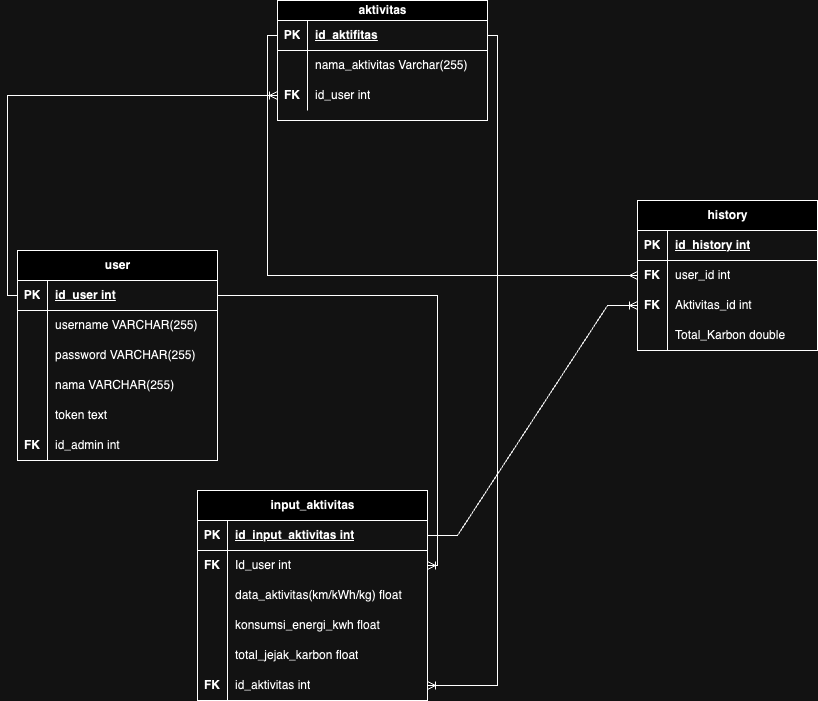
MichaelSitanggang/MiniProjectGo keeps this draw.io diagram as MiniProject.drawio.png. Above is the earlier version. Source tidied: cells renumbered, new cells last; positions are measured from the earlier drawing's top-left corner, leaving out a move shared by most shapes.
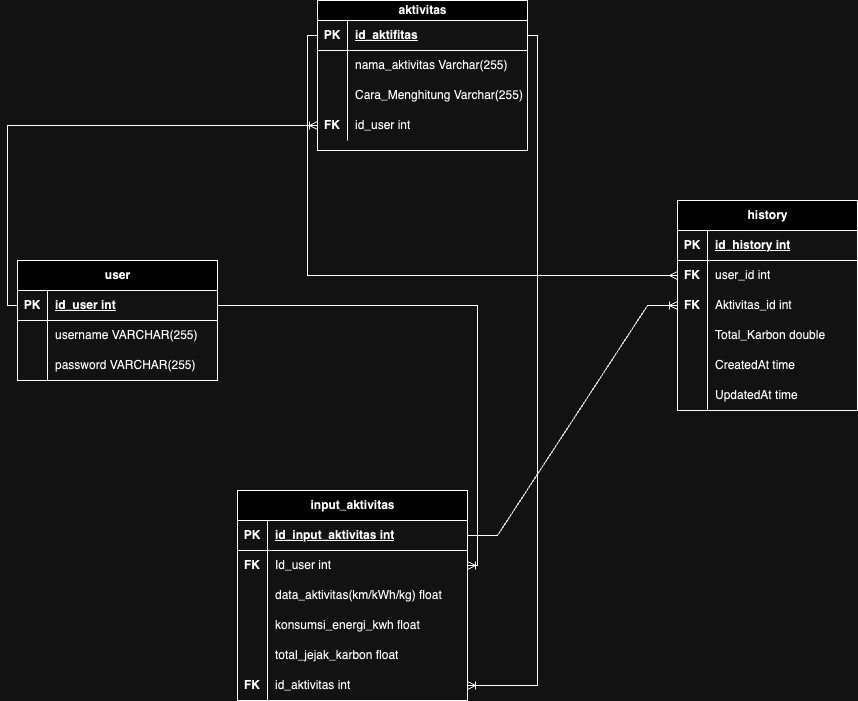
Above is the later version.

What changed in the source:
```diff
@@ -3,7 +3,7 @@
     <mxCell id="0" />
     <mxCell id="1" parent="0" />
     <mxCell id="2" value="user" style="shape=table;startSize=30;rowLines=0;fontStyle=1;align=center;html=1;" parent="1" vertex="1">
-      <mxGeometry y="250" width="200" height="210" as="geometry" />
+      <mxGeometry x="-40" y="260" width="200" height="120" as="geometry" />
     </mxCell>
     <mxCell id="3" style="shape=tableRow;horizontal=0;startSize=0;swimlaneHead=0;swimlaneBody=0;fillColor=none;points=[[0,0.5],[1,0.5]];portConstraint=eastwest;top=0;left=0;right=0;bottom=1;" parent="2" vertex="1">
       <mxGeometry y="30" width="200" height="30" as="geometry" />
@@ -32,33 +32,6 @@
     <mxCell id="11" value="password VARCHAR(255)" style="shape=partialRectangle;fillColor=none;top=0;left=0;bottom=0;right=0;align=left;spacingLeft=6;overflow=hidden;whiteSpace=wrap;html=1;" parent="9" vertex="1">
       <mxGeometry x="30" width="170" height="30" as="geometry" />
     </mxCell>
-    <mxCell id="12" style="shape=tableRow;horizontal=0;startSize=0;swimlaneHead=0;swimlaneBody=0;fillColor=none;top=0;left=0;right=0;bottom=0;" parent="2" vertex="1">
-      <mxGeometry y="120" width="200" height="30" as="geometry" />
-    </mxCell>
-    <mxCell id="13" style="shape=partialRectangle;fillColor=none;top=0;left=0;bottom=0;right=0;overflow=hidden;whiteSpace=wrap;html=1;" parent="12" vertex="1">
-      <mxGeometry width="30" height="30" as="geometry" />
-    </mxCell>
-    <mxCell id="14" value="nama VARCHAR(255)" style="shape=partialRectangle;fillColor=none;top=0;left=0;bottom=0;right=0;align=left;spacingLeft=6;overflow=hidden;whiteSpace=wrap;html=1;" parent="12" vertex="1">
-      <mxGeometry x="30" width="170" height="30" as="geometry" />
-    </mxCell>
-    <mxCell id="15" style="shape=tableRow;horizontal=0;startSize=0;swimlaneHead=0;swimlaneBody=0;fillColor=none;top=0;left=0;right=0;bottom=0;" parent="2" vertex="1">
-      <mxGeometry y="150" width="200" height="30" as="geometry" />
-    </mxCell>
-    <mxCell id="16" style="shape=partialRectangle;fillColor=none;top=0;left=0;bottom=0;right=0;overflow=hidden;whiteSpace=wrap;html=1;" parent="15" vertex="1">
-      <mxGeometry width="30" height="30" as="geometry" />
-    </mxCell>
-    <mxCell id="17" value="token text" style="shape=partialRectangle;fillColor=none;top=0;left=0;bottom=0;right=0;align=left;spacingLeft=6;overflow=hidden;whiteSpace=wrap;html=1;" parent="15" vertex="1">
-      <mxGeometry x="30" width="170" height="30" as="geometry" />
-    </mxCell>
-    <mxCell id="18" style="shape=tableRow;horizontal=0;startSize=0;swimlaneHead=0;swimlaneBody=0;fillColor=none;top=0;left=0;right=0;bottom=0;" parent="2" vertex="1">
-      <mxGeometry y="180" width="200" height="30" as="geometry" />
-    </mxCell>
-    <mxCell id="19" value="&lt;b&gt;FK&lt;/b&gt;" style="shape=partialRectangle;fillColor=none;top=0;left=0;bottom=0;right=0;overflow=hidden;whiteSpace=wrap;html=1;" parent="18" vertex="1">
-      <mxGeometry width="30" height="30" as="geometry" />
-    </mxCell>
-    <mxCell id="20" value="id_admin int" style="shape=partialRectangle;fillColor=none;top=0;left=0;bottom=0;right=0;align=left;spacingLeft=6;overflow=hidden;whiteSpace=wrap;html=1;" parent="18" vertex="1">
-      <mxGeometry x="30" width="170" height="30" as="geometry" />
-    </mxCell>
     <mxCell id="21" value="input_aktivitas" style="shape=table;startSize=30;rowLines=0;fontStyle=1;align=center;html=1;" parent="1" vertex="1">
       <mxGeometry x="180" y="490" width="230" height="210" as="geometry" />
     </mxCell>
@@ -117,7 +90,7 @@
       <mxGeometry x="30" width="200" height="30" as="geometry" />
     </mxCell>
     <mxCell id="40" value="history" style="shape=table;startSize=30;rowLines=0;fontStyle=1;align=center;html=1;" parent="1" vertex="1">
-      <mxGeometry x="620" y="200" width="180" height="150" as="geometry" />
+      <mxGeometry x="620" y="200" width="180" height="210" as="geometry" />
     </mxCell>
     <mxCell id="41" style="shape=tableRow;horizontal=0;startSize=0;swimlaneHead=0;swimlaneBody=0;fillColor=none;top=0;left=0;right=0;bottom=1;" parent="40" vertex="1">
       <mxGeometry y="30" width="180" height="30" as="geometry" />
@@ -155,17 +128,32 @@
     <mxCell id="52" value="Total_Karbon double" style="shape=partialRectangle;fillColor=none;top=0;left=0;bottom=0;right=0;align=left;spacingLeft=6;overflow=hidden;whiteSpace=wrap;html=1;" parent="50" vertex="1">
       <mxGeometry x="30" width="150" height="30" as="geometry" />
     </mxCell>
+    <mxCell id="68" style="shape=tableRow;horizontal=0;startSize=0;swimlaneHead=0;swimlaneBody=0;fillColor=none;top=0;left=0;right=0;bottom=0;" parent="40" vertex="1">
+      <mxGeometry y="150" width="180" height="30" as="geometry" />
+    </mxCell>
+    <mxCell id="69" style="shape=partialRectangle;fillColor=none;top=0;left=0;bottom=0;right=0;overflow=hidden;whiteSpace=wrap;html=1;" parent="68" vertex="1">
+      <mxGeometry width="30" height="30" as="geometry" />
+    </mxCell>
+    <mxCell id="70" value="CreatedAt time" style="shape=partialRectangle;fillColor=none;top=0;left=0;bottom=0;right=0;align=left;spacingLeft=6;overflow=hidden;whiteSpace=wrap;html=1;" parent="68" vertex="1">
+      <mxGeometry x="30" width="150" height="30" as="geometry" />
+    </mxCell>
+    <mxCell id="71" style="shape=tableRow;horizontal=0;startSize=0;swimlaneHead=0;swimlaneBody=0;fillColor=none;top=0;left=0;right=0;bottom=0;" parent="40" vertex="1">
+      <mxGeometry y="180" width="180" height="30" as="geometry" />
+    </mxCell>
+    <mxCell id="72" style="shape=partialRectangle;fillColor=none;top=0;left=0;bottom=0;right=0;overflow=hidden;whiteSpace=wrap;html=1;" parent="71" vertex="1">
+      <mxGeometry width="30" height="30" as="geometry" />
+    </mxCell>
+    <mxCell id="73" value="UpdatedAt time" style="shape=partialRectangle;fillColor=none;top=0;left=0;bottom=0;right=0;align=left;spacingLeft=6;overflow=hidden;whiteSpace=wrap;html=1;" parent="71" vertex="1">
+      <mxGeometry x="30" width="150" height="30" as="geometry" />
+    </mxCell>
     <mxCell id="53" style="fontSize=12;html=1;endArrow=ERoneToMany;rounded=0;exitX=1;exitY=0.5;exitDx=0;exitDy=0;entryX=1;entryY=0.5;entryDx=0;entryDy=0;edgeStyle=orthogonalEdgeStyle;" parent="1" edge="1" source="3" target="25">
       <mxGeometry relative="1" as="geometry" />
     </mxCell>
     <mxCell id="54" style="fontSize=12;html=1;endArrow=ERoneToMany;rounded=0;exitX=1;exitY=0.5;exitDx=0;exitDy=0;edgeStyle=orthogonalEdgeStyle;" parent="1" edge="1" source="57" target="37">
       <mxGeometry relative="1" as="geometry" />
     </mxCell>
-    <mxCell id="55" style="edgeStyle=orthogonalEdgeStyle;fontSize=12;html=1;endArrow=ERoneToMany;rounded=0;exitX=0;exitY=0.5;exitDx=0;exitDy=0;entryX=0;entryY=0.5;entryDx=0;entryDy=0;" parent="1" edge="1" source="3" target="63">
-      <mxGeometry relative="1" as="geometry" />
-    </mxCell>
     <mxCell id="56" value="aktivitas" style="shape=table;startSize=20;rowLines=0;fontStyle=1;align=center;html=1;" parent="1" vertex="1">
-      <mxGeometry x="260" width="210" height="120" as="geometry" />
+      <mxGeometry x="260" width="210" height="150" as="geometry" />
     </mxCell>
     <mxCell id="57" style="shape=tableRow;horizontal=0;startSize=0;swimlaneHead=0;swimlaneBody=0;fillColor=none;points=[[0,0.5],[1,0.5]];portConstraint=eastwest;top=0;left=0;right=0;bottom=1;" parent="56" vertex="1">
       <mxGeometry y="20" width="210" height="30" as="geometry" />
@@ -188,17 +176,29 @@
     <mxCell id="63" style="shape=tableRow;horizontal=0;startSize=0;swimlaneHead=0;swimlaneBody=0;fillColor=none;points=[[0,0.5],[1,0.5]];portConstraint=eastwest;top=0;left=0;right=0;bottom=0;" parent="56" vertex="1">
       <mxGeometry y="80" width="210" height="30" as="geometry" />
     </mxCell>
-    <mxCell id="64" value="&lt;b&gt;FK&lt;/b&gt;" style="shape=partialRectangle;fillColor=none;top=0;left=0;bottom=0;right=0;overflow=hidden;whiteSpace=wrap;html=1;" parent="63" vertex="1">
+    <mxCell id="64" style="shape=partialRectangle;fillColor=none;top=0;left=0;bottom=0;right=0;overflow=hidden;whiteSpace=wrap;html=1;" parent="63" vertex="1">
       <mxGeometry width="30" height="30" as="geometry" />
     </mxCell>
-    <mxCell id="65" value="id_user int" style="shape=partialRectangle;fillColor=none;top=0;left=0;bottom=0;right=0;align=left;spacingLeft=6;overflow=hidden;whiteSpace=wrap;html=1;" parent="63" vertex="1">
+    <mxCell id="65" value="Cara_Menghitung Varchar(255)" style="shape=partialRectangle;fillColor=none;top=0;left=0;bottom=0;right=0;align=left;spacingLeft=6;overflow=hidden;whiteSpace=wrap;html=1;" parent="63" vertex="1">
       <mxGeometry x="30" width="180" height="30" as="geometry" />
     </mxCell>
+    <mxCell id="74" style="shape=tableRow;horizontal=0;startSize=0;swimlaneHead=0;swimlaneBody=0;fillColor=none;points=[[0,0.5],[1,0.5]];portConstraint=eastwest;top=0;left=0;right=0;bottom=0;" parent="56" vertex="1">
+      <mxGeometry y="110" width="210" height="30" as="geometry" />
+    </mxCell>
+    <mxCell id="19" value="&lt;b&gt;FK&lt;/b&gt;" style="shape=partialRectangle;fillColor=none;top=0;left=0;bottom=0;right=0;overflow=hidden;whiteSpace=wrap;html=1;" parent="74" vertex="1">
+      <mxGeometry width="30" height="30" as="geometry" />
+    </mxCell>
+    <mxCell id="75" value="id_user int" style="shape=partialRectangle;fillColor=none;top=0;left=0;bottom=0;right=0;align=left;spacingLeft=6;overflow=hidden;whiteSpace=wrap;html=1;" parent="74" vertex="1">
+      <mxGeometry x="30" width="180" height="30" as="geometry" />
+    </mxCell>
     <mxCell id="66" style="edgeStyle=entityRelationEdgeStyle;fontSize=12;html=1;endArrow=ERoneToMany;rounded=0;entryX=0;entryY=0.5;entryDx=0;entryDy=0;exitX=1;exitY=0.5;exitDx=0;exitDy=0;" parent="1" edge="1" source="22" target="47">
       <mxGeometry relative="1" as="geometry" />
     </mxCell>
     <mxCell id="67" style="edgeStyle=orthogonalEdgeStyle;fontSize=12;html=1;endArrow=ERmany;rounded=0;exitX=0;exitY=0.5;exitDx=0;exitDy=0;entryX=0;entryY=0.5;entryDx=0;entryDy=0;" parent="1" edge="1" source="57" target="44">
       <mxGeometry relative="1" as="geometry" />
     </mxCell>
+    <mxCell id="76" style="edgeStyle=orthogonalEdgeStyle;fontSize=12;html=1;endArrow=ERoneToMany;rounded=0;exitX=0;exitY=0.5;exitDx=0;exitDy=0;entryX=0;entryY=0.5;entryDx=0;entryDy=0;" parent="1" edge="1" source="3" target="74">
+      <mxGeometry relative="1" as="geometry" />
+    </mxCell>
   </root>
 </mxGraphModel>
```
